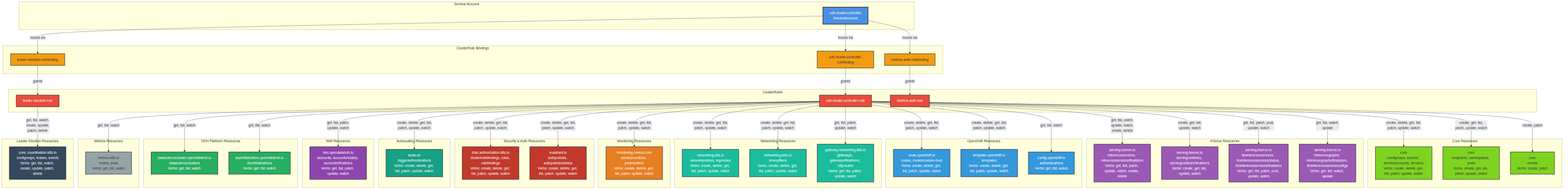
Above: architecture/rhoai-3.0/diagrams/odh-model-controller-rbac.png in rhuss/architecture-context (Mermaid), before the change. Its source is kept beside it as architecture/rhoai-3.0/diagrams/odh-model-controller-rbac.mmd. The source it was exported from:
```mermaid
graph TD
    subgraph "Service Account"
        SA[odh-model-controller<br/>ServiceAccount]
    end

    subgraph "ClusterRole Bindings"
        CRB1[odh-model-controller-rolebinding]
        CRB2[leader-election-rolebinding]
        CRB3[metrics-auth-rolebinding]
    end

    subgraph "ClusterRoles"
        CR1[odh-model-controller-role]
        CR2[leader-election-role]
        CR3[metrics-auth-role]
    end

    subgraph "Core Resources"
        Core1[core<br/>configmaps, secrets, serviceaccounts, services<br/>Verbs: create, delete, get, list, patch, update, watch]
        Core2[core<br/>endpoints, namespaces, pods<br/>Verbs: create, get, list, patch, update, watch]
        Core3[core<br/>events<br/>Verbs: create, patch]
    end

    subgraph "KServe Resources"
        KServe1[serving.kserve.io<br/>inferenceservices, inferenceservices/finalizers<br/>Verbs: get, list, patch, update, watch, create, delete]
        KServe2[serving.kserve.io<br/>servingruntimes, servingruntimes/finalizers<br/>Verbs: create, get, list, update, watch]
        KServe3[serving.kserve.io<br/>llminferenceservices, llminferenceservices/status, llminferenceservices/finalizers<br/>Verbs: get, list, patch, post, update, watch]
        KServe4[serving.kserve.io<br/>inferencegraphs, inferencegraphs/finalizers, llminferenceserviceconfigs<br/>Verbs: get, list, watch, update]
    end

    subgraph "OpenShift Resources"
        OS1[route.openshift.io<br/>routes, routes/custom-host<br/>Verbs: create, delete, get, list, patch, update, watch]
        OS2[template.openshift.io<br/>templates<br/>Verbs: create, delete, get, list, patch, update, watch]
        OS3[config.openshift.io<br/>authentications<br/>Verbs: get, list, watch]
    end

    subgraph "Networking Resources"
        Net1[networking.k8s.io<br/>networkpolicies, ingresses<br/>Verbs: create, delete, get, list, patch, update, watch]
        Net2[networking.istio.io<br/>envoyfilters<br/>Verbs: create, delete, get, list, patch, update, watch]
        Net3[gateway.networking.k8s.io<br/>gateways, gateways/finalizers, httproutes<br/>Verbs: get, list, patch, update, watch]
    end

    subgraph "Monitoring Resources"
        Mon1[monitoring.coreos.com<br/>servicemonitors, podmonitors<br/>Verbs: create, delete, get, list, patch, update, watch]
    end

    subgraph "Security & Auth Resources"
        Sec1[rbac.authorization.k8s.io<br/>clusterrolebindings, roles, rolebindings<br/>Verbs: create, delete, get, list, patch, update, watch]
        Sec2[kuadrant.io<br/>authpolicies, authpolicies/status<br/>Verbs: create, delete, get, list, patch, update, watch]
    end

    subgraph "Autoscaling Resources"
        Auto1[keda.sh<br/>triggerauthentications<br/>Verbs: create, delete, get, list, patch, update, watch]
    end

    subgraph "NIM Resources"
        NIM1[nim.opendatahub.io<br/>accounts, accounts/status, accounts/finalizers<br/>Verbs: get, list, patch, update, watch]
    end

    subgraph "ODH Platform Resources"
        ODH1[datasciencecluster.opendatahub.io<br/>datascienceclusters<br/>Verbs: get, list, watch]
        ODH2[dscinitialization.opendatahub.io<br/>dscinitializations<br/>Verbs: get, list, watch]
    end

    subgraph "Metrics Resources"
        Metrics1[metrics.k8s.io<br/>nodes, pods<br/>Verbs: get, list, watch]
    end

    subgraph "Leader Election Resources"
        Leader1[core, coordination.k8s.io<br/>configmaps, leases, events<br/>Verbs: get, list, watch, create, update, patch, delete]
    end

    SA -->|bound via| CRB1
    SA -->|bound via| CRB2
    SA -->|bound via| CRB3

    CRB1 -->|grants| CR1
    CRB2 -->|grants| CR2
    CRB3 -->|grants| CR3

    CR1 -->|create, delete, get, list,<br/>patch, update, watch| Core1
    CR1 -->|create, get, list,<br/>patch, update, watch| Core2
    CR1 -->|create, patch| Core3

    CR1 -->|get, list, patch,<br/>update, watch,<br/>create, delete| KServe1
    CR1 -->|create, get, list,<br/>update, watch| KServe2
    CR1 -->|get, list, patch, post,<br/>update, watch| KServe3
    CR1 -->|get, list, watch,<br/>update| KServe4

    CR1 -->|create, delete, get, list,<br/>patch, update, watch| OS1
    CR1 -->|create, delete, get, list,<br/>patch, update, watch| OS2
    CR1 -->|get, list, watch| OS3

    CR1 -->|create, delete, get, list,<br/>patch, update, watch| Net1
    CR1 -->|create, delete, get, list,<br/>patch, update, watch| Net2
    CR1 -->|get, list, patch,<br/>update, watch| Net3

    CR1 -->|create, delete, get, list,<br/>patch, update, watch| Mon1

    CR1 -->|create, delete, get, list,<br/>patch, update, watch| Sec1
    CR1 -->|create, delete, get, list,<br/>patch, update, watch| Sec2

    CR1 -->|create, delete, get, list,<br/>patch, update, watch| Auto1

    CR1 -->|get, list, patch,<br/>update, watch| NIM1

    CR1 -->|get, list, watch| ODH1
    CR1 -->|get, list, watch| ODH2

    CR1 -->|get, list, watch| Metrics1

    CR2 -->|get, list, watch,<br/>create, update,<br/>patch, delete| Leader1

    style SA fill:#4a90e2,stroke:#333,stroke-width:3px,color:#fff
    style CRB1 fill:#f39c12,stroke:#333,stroke-width:2px
    style CRB2 fill:#f39c12,stroke:#333,stroke-width:2px
    style CRB3 fill:#f39c12,stroke:#333,stroke-width:2px
    style CR1 fill:#e74c3c,stroke:#333,stroke-width:2px,color:#fff
    style CR2 fill:#e74c3c,stroke:#333,stroke-width:2px,color:#fff
    style CR3 fill:#e74c3c,stroke:#333,stroke-width:2px,color:#fff

    style Core1 fill:#7ed321,stroke:#333,stroke-width:2px
    style Core2 fill:#7ed321,stroke:#333,stroke-width:2px
    style Core3 fill:#7ed321,stroke:#333,stroke-width:2px

    style KServe1 fill:#9b59b6,stroke:#333,stroke-width:2px,color:#fff
    style KServe2 fill:#9b59b6,stroke:#333,stroke-width:2px,color:#fff
    style KServe3 fill:#9b59b6,stroke:#333,stroke-width:2px,color:#fff
    style KServe4 fill:#9b59b6,stroke:#333,stroke-width:2px,color:#fff

    style OS1 fill:#3498db,stroke:#333,stroke-width:2px,color:#fff
    style OS2 fill:#3498db,stroke:#333,stroke-width:2px,color:#fff
    style OS3 fill:#3498db,stroke:#333,stroke-width:2px,color:#fff

    style Net1 fill:#1abc9c,stroke:#333,stroke-width:2px,color:#fff
    style Net2 fill:#1abc9c,stroke:#333,stroke-width:2px,color:#fff
    style Net3 fill:#1abc9c,stroke:#333,stroke-width:2px,color:#fff

    style Mon1 fill:#e67e22,stroke:#333,stroke-width:2px,color:#fff
    style Sec1 fill:#c0392b,stroke:#333,stroke-width:2px,color:#fff
    style Sec2 fill:#c0392b,stroke:#333,stroke-width:2px,color:#fff
    style Auto1 fill:#16a085,stroke:#333,stroke-width:2px,color:#fff
    style NIM1 fill:#8e44ad,stroke:#333,stroke-width:2px,color:#fff
    style ODH1 fill:#27ae60,stroke:#333,stroke-width:2px,color:#fff
    style ODH2 fill:#27ae60,stroke:#333,stroke-width:2px,color:#fff
    style Metrics1 fill:#95a5a6,stroke:#333,stroke-width:2px
    style Leader1 fill:#34495e,stroke:#333,stroke-width:2px,color:#fff
```
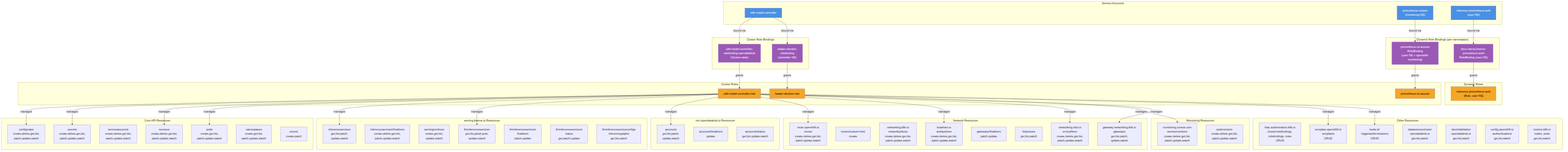
The same diagram one commit later.

The edit, as a diff of the source:
```diff
@@ -1,147 +1,116 @@
+
 graph TD
-    subgraph "Service Account"
-        SA[odh-model-controller<br/>ServiceAccount]
+    subgraph ServiceAccounts["Service Accounts"]
+        SA["odh-model-controller"]
+        PromSA["prometheus-custom<br/>(monitoring NS)"]
+        KEDASA["inference-prometheus-auth<br/>(user NS)"]
     end
 
-    subgraph "ClusterRole Bindings"
-        CRB1[odh-model-controller-rolebinding]
-        CRB2[leader-election-rolebinding]
-        CRB3[metrics-auth-rolebinding]
+    subgraph ClusterRoleBindings["Cluster Role Bindings"]
+        CRB["odh-model-controller-<br/>rolebinding-opendatahub<br/>(Cluster-wide)"]
+        LECRB["leader-election-<br/>rolebinding<br/>(controller NS)"]
     end
 
-    subgraph "ClusterRoles"
-        CR1[odh-model-controller-role]
-        CR2[leader-election-role]
-        CR3[metrics-auth-role]
+    subgraph DynamicBindings["Dynamic Role Bindings (per namespace)"]
+        PromRB["prometheus-ns-access<br/>RoleBinding<br/>(user NS + openshift-monitoring)"]
+        KEDARB["{isvc-name}-kserve-<br/>prometheus-auth<br/>RoleBinding (user NS)"]
     end
 
-    subgraph "Core Resources"
-        Core1[core<br/>configmaps, secrets, serviceaccounts, services<br/>Verbs: create, delete, get, list, patch, update, watch]
-        Core2[core<br/>endpoints, namespaces, pods<br/>Verbs: create, get, list, patch, update, watch]
-        Core3[core<br/>events<br/>Verbs: create, patch]
+    subgraph ClusterRoles["Cluster Roles"]
+        CR["odh-model-controller-role"]
+        LECR["leader-election-role"]
+        PromCR["prometheus-ns-access"]
     end
 
-    subgraph "KServe Resources"
-        KServe1[serving.kserve.io<br/>inferenceservices, inferenceservices/finalizers<br/>Verbs: get, list, patch, update, watch, create, delete]
-        KServe2[serving.kserve.io<br/>servingruntimes, servingruntimes/finalizers<br/>Verbs: create, get, list, update, watch]
-        KServe3[serving.kserve.io<br/>llminferenceservices, llminferenceservices/status, llminferenceservices/finalizers<br/>Verbs: get, list, patch, post, update, watch]
-        KServe4[serving.kserve.io<br/>inferencegraphs, inferencegraphs/finalizers, llminferenceserviceconfigs<br/>Verbs: get, list, watch, update]
+    subgraph DynamicRoles["Dynamic Roles"]
+        KEDARole["inference-prometheus-auth<br/>(Role, user NS)"]
     end
 
-    subgraph "OpenShift Resources"
-        OS1[route.openshift.io<br/>routes, routes/custom-host<br/>Verbs: create, delete, get, list, patch, update, watch]
-        OS2[template.openshift.io<br/>templates<br/>Verbs: create, delete, get, list, patch, update, watch]
-        OS3[config.openshift.io<br/>authentications<br/>Verbs: get, list, watch]
+    subgraph CoreAPI["Core API Resources"]
+        ConfigMaps["configmaps<br/>create,delete,get,list,<br/>patch,update,watch"]
+        Secrets["secrets<br/>create,delete,get,list,<br/>patch,update,watch"]
+        SvcAccts["serviceaccounts<br/>create,delete,get,list,<br/>patch,update,watch"]
+        Services["services<br/>create,delete,get,list,<br/>patch,update,watch"]
+        Pods["pods<br/>create,get,list,<br/>patch,update,watch"]
+        Namespaces["namespaces<br/>create,get,list,<br/>patch,update,watch"]
+        Events["events<br/>create,patch"]
     end
 
-    subgraph "Networking Resources"
-        Net1[networking.k8s.io<br/>networkpolicies, ingresses<br/>Verbs: create, delete, get, list, patch, update, watch]
-        Net2[networking.istio.io<br/>envoyfilters<br/>Verbs: create, delete, get, list, patch, update, watch]
-        Net3[gateway.networking.k8s.io<br/>gateways, gateways/finalizers, httproutes<br/>Verbs: get, list, patch, update, watch]
+    subgraph KServeCRDs["serving.kserve.io Resources"]
+        ISVC["inferenceservices<br/>get,list,patch,<br/>update,watch"]
+        ISVCFin["inferenceservices/finalizers<br/>create,delete,get,list,<br/>patch,update,watch"]
+        SR["servingruntimes<br/>create,get,list,<br/>update,watch"]
+        LLMISVC["llminferenceservices<br/>get,list,patch,post,<br/>update,watch"]
+        LLMISVCFin["llminferenceservices/<br/>finalizers<br/>patch,update"]
+        LLMISVCSt["llminferenceservices/<br/>status<br/>get,patch,update"]
+        LLMISVCCfg["llminferenceserviceconfigs<br/>inferencegraphs<br/>get,list,watch"]
     end
 
-    subgraph "Monitoring Resources"
-        Mon1[monitoring.coreos.com<br/>servicemonitors, podmonitors<br/>Verbs: create, delete, get, list, patch, update, watch]
+    subgraph NIMCRDs["nim.opendatahub.io Resources"]
+        NIMAcct["accounts<br/>get,list,patch,<br/>update,watch"]
+        NIMFin["accounts/finalizers<br/>update"]
+        NIMSt["accounts/status<br/>get,list,update,watch"]
     end
 
-    subgraph "Security & Auth Resources"
-        Sec1[rbac.authorization.k8s.io<br/>clusterrolebindings, roles, rolebindings<br/>Verbs: create, delete, get, list, patch, update, watch]
-        Sec2[kuadrant.io<br/>authpolicies, authpolicies/status<br/>Verbs: create, delete, get, list, patch, update, watch]
+    subgraph NetworkResources["Network Resources"]
+        Routes["route.openshift.io<br/>routes<br/>create,delete,get,list,<br/>patch,update,watch"]
+        RoutesHost["routes/custom-host<br/>create"]
+        NetPol["networking.k8s.io<br/>networkpolicies<br/>create,delete,get,list,<br/>patch,update,watch"]
+        Gateways["gateway.networking.k8s.io<br/>gateways<br/>get,list,patch,<br/>update,watch"]
+        GatewaysFin["gateways/finalizers<br/>patch,update"]
+        HTTPRoutes["httproutes<br/>get,list,watch"]
+        AuthPolicies["kuadrant.io<br/>authpolicies<br/>create,delete,get,list,<br/>patch,update,watch"]
+        EnvoyFilters["networking.istio.io<br/>envoyfilters<br/>create,delete,get,list,<br/>patch,update,watch"]
     end
 
-    subgraph "Autoscaling Resources"
-        Auto1[keda.sh<br/>triggerauthentications<br/>Verbs: create, delete, get, list, patch, update, watch]
+    subgraph MonitoringResources["Monitoring Resources"]
+        SvcMon["monitoring.coreos.com<br/>servicemonitors<br/>create,delete,get,list,<br/>patch,update,watch"]
+        PodMon["podmonitors<br/>create,delete,get,list,<br/>patch,update,watch"]
     end
 
-    subgraph "NIM Resources"
-        NIM1[nim.opendatahub.io<br/>accounts, accounts/status, accounts/finalizers<br/>Verbs: get, list, patch, update, watch]
+    subgraph OtherResources["Other Resources"]
+        RBAC["rbac.authorization.k8s.io<br/>clusterrolebindings,<br/>rolebindings, roles<br/>CRUD"]
+        Templates["template.openshift.io<br/>templates<br/>CRUD"]
+        KEDA["keda.sh<br/>triggerauthentications<br/>CRUD"]
+        DSC["datasciencecluster<br/>opendatahub.io<br/>get,list,watch"]
+        DSCInit["dscinitialization<br/>opendatahub.io<br/>get,list,watch"]
+        AuthCfg["config.openshift.io<br/>authentications<br/>get,list,watch"]
+        MetricsAPI["metrics.k8s.io<br/>nodes, pods<br/>get,list,watch"]
     end
 
-    subgraph "ODH Platform Resources"
-        ODH1[datasciencecluster.opendatahub.io<br/>datascienceclusters<br/>Verbs: get, list, watch]
-        ODH2[dscinitialization.opendatahub.io<br/>dscinitializations<br/>Verbs: get, list, watch]
-    end
+    SA -->|bound via| CRB
+    SA -->|bound via| LECRB
+    PromSA -->|bound via| PromRB
+    KEDASA -->|bound via| KEDARB
 
-    subgraph "Metrics Resources"
-        Metrics1[metrics.k8s.io<br/>nodes, pods<br/>Verbs: get, list, watch]
-    end
+    CRB -->|grants| CR
+    LECRB -->|grants| LECR
+    PromRB -->|grants| PromCR
+    KEDARB -->|grants| KEDARole
 
-    subgraph "Leader Election Resources"
-        Leader1[core, coordination.k8s.io<br/>configmaps, leases, events<br/>Verbs: get, list, watch, create, update, patch, delete]
-    end
+    CR -->|manages| ConfigMaps
+    CR -->|manages| Secrets
+    CR -->|manages| Services
+    CR -->|manages| Pods
+    CR -->|manages| ISVC
+    CR -->|manages| LLMISVC
+    CR -->|manages| NIMAcct
+    CR -->|manages| Routes
+    CR -->|manages| AuthPolicies
+    CR -->|manages| EnvoyFilters
+    CR -->|manages| SvcMon
+    CR -->|manages| Gateways
+    CR -->|manages| Templates
+    CR -->|manages| KEDA
 
-    SA -->|bound via| CRB1
-    SA -->|bound via| CRB2
-    SA -->|bound via| CRB3
-
-    CRB1 -->|grants| CR1
-    CRB2 -->|grants| CR2
-    CRB3 -->|grants| CR3
-
-    CR1 -->|create, delete, get, list,<br/>patch, update, watch| Core1
-    CR1 -->|create, get, list,<br/>patch, update, watch| Core2
-    CR1 -->|create, patch| Core3
-
-    CR1 -->|get, list, patch,<br/>update, watch,<br/>create, delete| KServe1
-    CR1 -->|create, get, list,<br/>update, watch| KServe2
-    CR1 -->|get, list, patch, post,<br/>update, watch| KServe3
-    CR1 -->|get, list, watch,<br/>update| KServe4
-
-    CR1 -->|create, delete, get, list,<br/>patch, update, watch| OS1
-    CR1 -->|create, delete, get, list,<br/>patch, update, watch| OS2
-    CR1 -->|get, list, watch| OS3
-
-    CR1 -->|create, delete, get, list,<br/>patch, update, watch| Net1
-    CR1 -->|create, delete, get, list,<br/>patch, update, watch| Net2
-    CR1 -->|get, list, patch,<br/>update, watch| Net3
-
-    CR1 -->|create, delete, get, list,<br/>patch, update, watch| Mon1
-
-    CR1 -->|create, delete, get, list,<br/>patch, update, watch| Sec1
-    CR1 -->|create, delete, get, list,<br/>patch, update, watch| Sec2
-
-    CR1 -->|create, delete, get, list,<br/>patch, update, watch| Auto1
-
-    CR1 -->|get, list, patch,<br/>update, watch| NIM1
-
-    CR1 -->|get, list, watch| ODH1
-    CR1 -->|get, list, watch| ODH2
-
-    CR1 -->|get, list, watch| Metrics1
-
-    CR2 -->|get, list, watch,<br/>create, update,<br/>patch, delete| Leader1
-
-    style SA fill:#4a90e2,stroke:#333,stroke-width:3px,color:#fff
-    style CRB1 fill:#f39c12,stroke:#333,stroke-width:2px
-    style CRB2 fill:#f39c12,stroke:#333,stroke-width:2px
-    style CRB3 fill:#f39c12,stroke:#333,stroke-width:2px
-    style CR1 fill:#e74c3c,stroke:#333,stroke-width:2px,color:#fff
-    style CR2 fill:#e74c3c,stroke:#333,stroke-width:2px,color:#fff
-    style CR3 fill:#e74c3c,stroke:#333,stroke-width:2px,color:#fff
-
-    style Core1 fill:#7ed321,stroke:#333,stroke-width:2px
-    style Core2 fill:#7ed321,stroke:#333,stroke-width:2px
-    style Core3 fill:#7ed321,stroke:#333,stroke-width:2px
-
-    style KServe1 fill:#9b59b6,stroke:#333,stroke-width:2px,color:#fff
-    style KServe2 fill:#9b59b6,stroke:#333,stroke-width:2px,color:#fff
-    style KServe3 fill:#9b59b6,stroke:#333,stroke-width:2px,color:#fff
-    style KServe4 fill:#9b59b6,stroke:#333,stroke-width:2px,color:#fff
-
-    style OS1 fill:#3498db,stroke:#333,stroke-width:2px,color:#fff
-    style OS2 fill:#3498db,stroke:#333,stroke-width:2px,color:#fff
-    style OS3 fill:#3498db,stroke:#333,stroke-width:2px,color:#fff
-
-    style Net1 fill:#1abc9c,stroke:#333,stroke-width:2px,color:#fff
-    style Net2 fill:#1abc9c,stroke:#333,stroke-width:2px,color:#fff
-    style Net3 fill:#1abc9c,stroke:#333,stroke-width:2px,color:#fff
-
-    style Mon1 fill:#e67e22,stroke:#333,stroke-width:2px,color:#fff
-    style Sec1 fill:#c0392b,stroke:#333,stroke-width:2px,color:#fff
-    style Sec2 fill:#c0392b,stroke:#333,stroke-width:2px,color:#fff
-    style Auto1 fill:#16a085,stroke:#333,stroke-width:2px,color:#fff
-    style NIM1 fill:#8e44ad,stroke:#333,stroke-width:2px,color:#fff
-    style ODH1 fill:#27ae60,stroke:#333,stroke-width:2px,color:#fff
-    style ODH2 fill:#27ae60,stroke:#333,stroke-width:2px,color:#fff
-    style Metrics1 fill:#95a5a6,stroke:#333,stroke-width:2px
-    style Leader1 fill:#34495e,stroke:#333,stroke-width:2px,color:#fff
+    style SA fill:#4a90e2,color:#fff
+    style PromSA fill:#4a90e2,color:#fff
+    style KEDASA fill:#4a90e2,color:#fff
+    style CR fill:#f5a623,color:#000
+    style LECR fill:#f5a623,color:#000
+    style PromCR fill:#f5a623,color:#000
+    style KEDARole fill:#f5a623,color:#000
+    style CRB fill:#9b59b6,color:#fff
+    style LECRB fill:#9b59b6,color:#fff
+    style PromRB fill:#9b59b6,color:#fff
+    style KEDARB fill:#9b59b6,color:#fff
```
